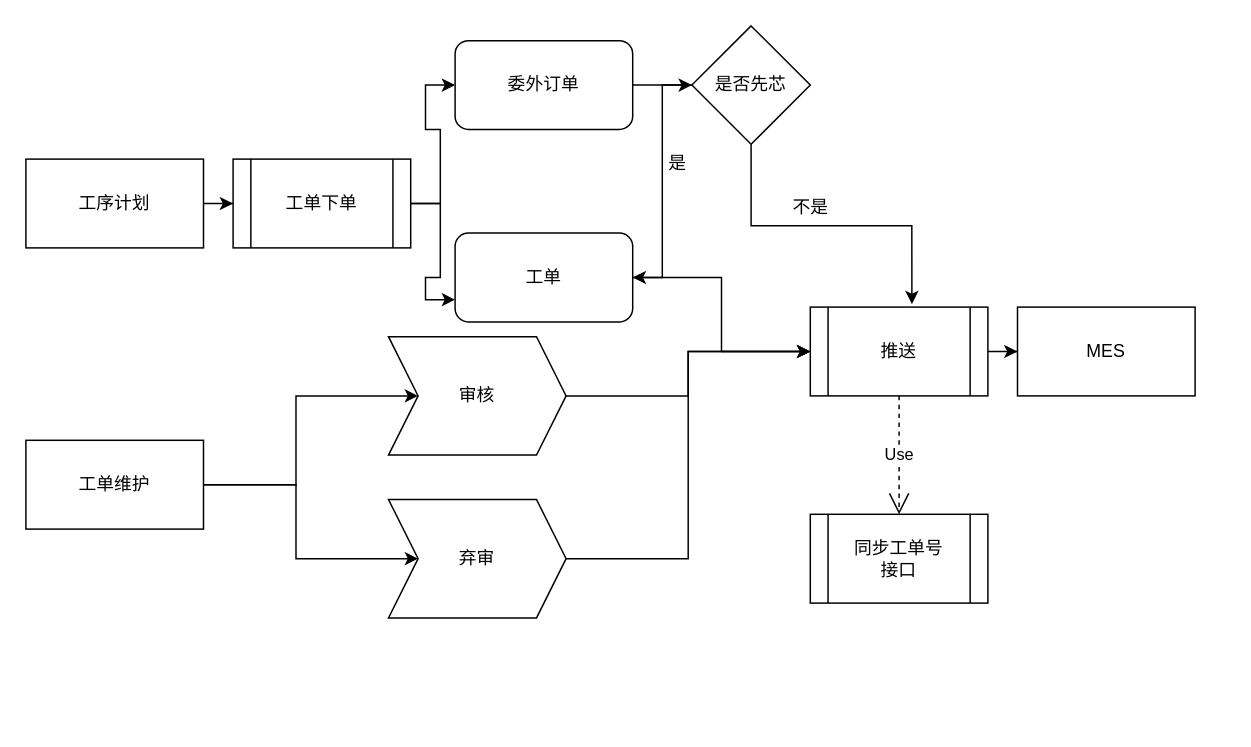
This is page "第 5 页" (5 of 5) of 生产.drawio from zckyuwang/spring-cloud-master, a draw.io file, before an edit. Source tidied: cells renumbered, new cells numbered last; positions are measured from the earlier drawing's top-left corner, leaving out a move shared by most shapes. Both pictures are drawn from the tidied source at 148%, with x=0, y=0 at pixel (25, 25).
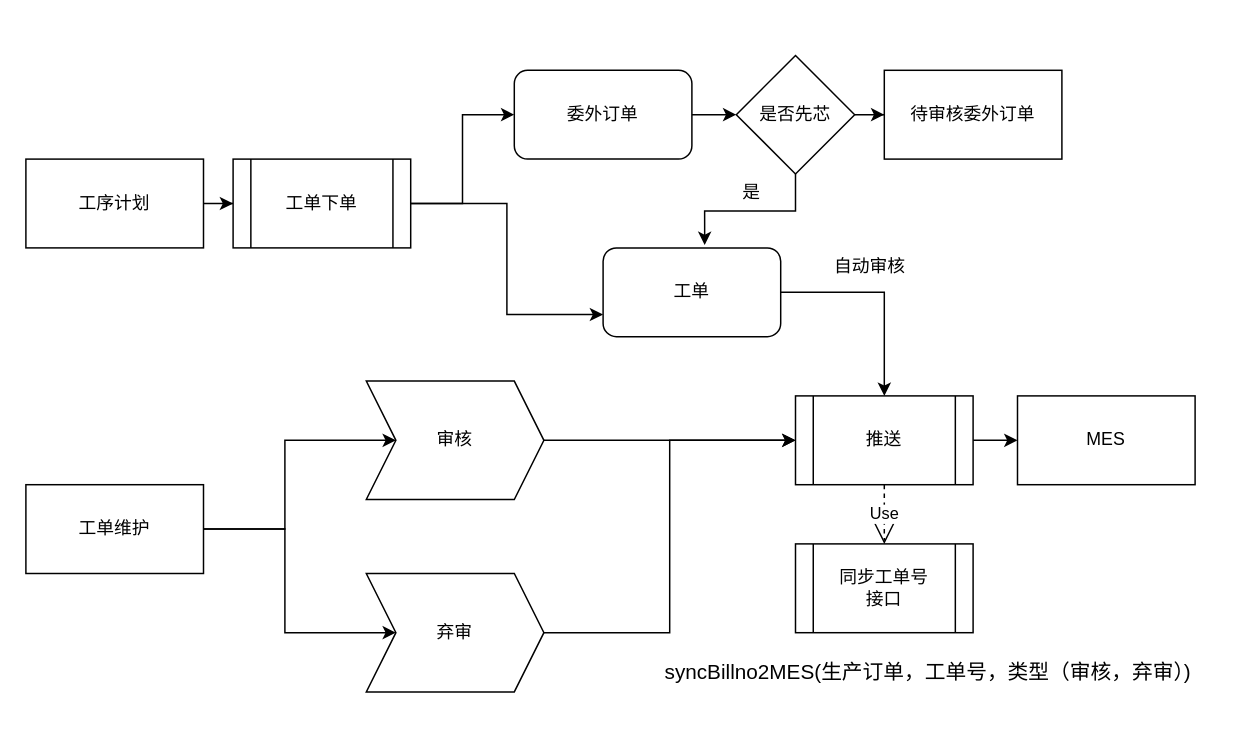
After the change.

The edit, as a diff of the source:
```diff
@@
     <mxCell id="6" value="工单维护" style="rounded=0;whiteSpace=wrap;html=1;" parent="1" vertex="1">
-      <mxGeometry y="280" width="120" height="60" as="geometry" />
+      <mxGeometry y="310" width="120" height="60" as="geometry" />
     </mxCell>
@@
     <mxCell id="8" value="审核" style="shape=step;perimeter=stepPerimeter;whiteSpace=wrap;html=1;fixedSize=1;" parent="1" vertex="1">
-      <mxGeometry x="245" y="210" width="120" height="80" as="geometry" />
+      <mxGeometry x="230" y="240" width="120" height="80" as="geometry" />
     </mxCell>
@@
     <mxCell id="10" value="弃审" style="shape=step;perimeter=stepPerimeter;whiteSpace=wrap;html=1;fixedSize=1;" parent="1" vertex="1">
-      <mxGeometry x="245" y="320" width="120" height="80" as="geometry" />
+      <mxGeometry x="230" y="370" width="120" height="80" as="geometry" />
     </mxCell>
     <mxCell id="11" value="MES" style="rounded=0;whiteSpace=wrap;html=1;" parent="1" vertex="1">
-      <mxGeometry x="670" y="190" width="120" height="60" as="geometry" />
+      <mxGeometry x="670" y="250" width="120" height="60" as="geometry" />
     </mxCell>
@@
     <mxCell id="16" value="委外订单" style="rounded=1;whiteSpace=wrap;html=1;" parent="1" vertex="1">
-      <mxGeometry x="290" y="10" width="120" height="60" as="geometry" />
+      <mxGeometry x="330" y="30" width="120" height="60" as="geometry" />
     </mxCell>
-    <mxCell id="17" style="edgeStyle=orthogonalEdgeStyle;rounded=0;jettySize=auto;html=1;" parent="1" edge="1" source="18" target="23">
+    <mxCell id="17" style="edgeStyle=orthogonalEdgeStyle;rounded=0;jettySize=auto;html=1;entryX=0.5;entryY=0;entryDx=0;entryDy=0;" parent="1" edge="1" source="18" target="23">
       <mxGeometry relative="1" as="geometry" />
     </mxCell>
     <mxCell id="18" value="工单" style="rounded=1;whiteSpace=wrap;html=1;" parent="1" vertex="1">
-      <mxGeometry x="290" y="140" width="120" height="60" as="geometry" />
+      <mxGeometry x="390" y="150" width="120" height="60" as="geometry" />
     </mxCell>
-    <mxCell id="19" style="edgeStyle=orthogonalEdgeStyle;rounded=0;jettySize=auto;html=1;entryX=1;entryY=0.5;entryDx=0;entryDy=0;" parent="1" edge="1" source="21" target="18">
+    <mxCell id="19" style="edgeStyle=orthogonalEdgeStyle;rounded=0;jettySize=auto;html=1;entryX=0.572;entryY=-0.033;entryDx=0;entryDy=0;entryPerimeter=0;" parent="1" edge="1" source="21" target="18">
       <mxGeometry relative="1" as="geometry" />
     </mxCell>
-    <mxCell id="20" style="edgeStyle=orthogonalEdgeStyle;rounded=0;jettySize=auto;html=1;entryX=0.572;entryY=-0.033;entryDx=0;entryDy=0;entryPerimeter=0;" parent="1" edge="1" source="21" target="23">
-      <mxGeometry relative="1" as="geometry" />
-    </mxCell>
+    <mxCell id="28" style="edgeStyle=orthogonalEdgeStyle;rounded=0;jettySize=auto;html=1;" parent="1" edge="1" source="21" target="31">
+      <mxGeometry relative="1" as="geometry" />
+    </mxCell>
     <mxCell id="21" value="是否先芯" style="rhombus;whiteSpace=wrap;html=1;" parent="1" vertex="1">
-      <mxGeometry x="450" width="80" height="80" as="geometry" />
+      <mxGeometry x="480" y="20" width="80" height="80" as="geometry" />
     </mxCell>
@@
     <mxCell id="23" value="推送" style="shape=process;whiteSpace=wrap;html=1;backgroundOutline=1;" parent="1" vertex="1">
-      <mxGeometry x="530" y="190" width="120" height="60" as="geometry" />
+      <mxGeometry x="520" y="250" width="120" height="60" as="geometry" />
     </mxCell>
-    <mxCell id="24" value="是" style="text;html=1;align=center;verticalAlign=middle;strokeColor=none;fillColor=none;" parent="1" vertex="1">
-      <mxGeometry x="420" y="78" width="40" height="30" as="geometry" />
-    </mxCell>
-    <mxCell id="25" value="不是" style="text;html=1;align=center;verticalAlign=middle;strokeColor=none;fillColor=none;" parent="1" vertex="1">
-      <mxGeometry x="505" y="108" width="50" height="30" as="geometry" />
-    </mxCell>
     <mxCell id="26" value="同步工单号&lt;br&gt;接口" style="shape=process;whiteSpace=wrap;html=1;backgroundOutline=1;" parent="1" vertex="1">
-      <mxGeometry x="530" y="330" width="120" height="60" as="geometry" />
+      <mxGeometry x="520" y="350" width="120" height="60" as="geometry" />
     </mxCell>
@@
+    <mxCell id="29" value="&lt;p style=&quot;mso-pagination:none;text-align:justify;text-justify:inter-ideograph;&quot; align=&quot;justify&quot; class=&quot;MsoNormal&quot;&gt;&lt;span style=&quot;mso-spacerun:'yes';font-family:宋体;mso-ascii-font-family:Calibri;&#10;mso-hansi-font-family:Calibri;mso-bidi-font-family:'Times New Roman';font-size:10.5000pt;&#10;mso-font-kerning:1.0000pt;&quot;&gt;&lt;font face=&quot;Calibri&quot;&gt;syncBillno2MES(&lt;/font&gt;&lt;font face=&quot;宋体&quot;&gt;生产订单，工单号，类型（审核，弃审）&lt;/font&gt;&lt;font face=&quot;Calibri&quot;&gt;)&lt;/font&gt;&lt;/span&gt;&lt;span style=&quot;mso-spacerun:'yes';font-family:宋体;mso-ascii-font-family:Calibri;&#10;mso-hansi-font-family:Calibri;mso-bidi-font-family:'Times New Roman';font-size:10.5000pt;&#10;mso-font-kerning:1.0000pt;&quot;&gt;&lt;/span&gt;&lt;/p&gt;" style="text;whiteSpace=wrap;html=1;" parent="1" vertex="1">
+      <mxGeometry x="430" y="410" width="380" height="60" as="geometry" />
+    </mxCell>
+    <mxCell id="30" value="自动审核" style="text;html=1;align=center;verticalAlign=middle;strokeColor=none;fillColor=none;" parent="1" vertex="1">
+      <mxGeometry x="535" y="148" width="70" height="30" as="geometry" />
+    </mxCell>
+    <mxCell id="31" value="待审核委外订单" style="whiteSpace=wrap;html=1;" parent="1" vertex="1">
+      <mxGeometry x="580" y="30" width="120" height="60" as="geometry" />
+    </mxCell>
+    <mxCell id="24" value="是" style="text;html=1;align=center;verticalAlign=middle;strokeColor=none;fillColor=none;" parent="1" vertex="1">
+      <mxGeometry x="470" y="98" width="40" height="30" as="geometry" />
+    </mxCell>
```
